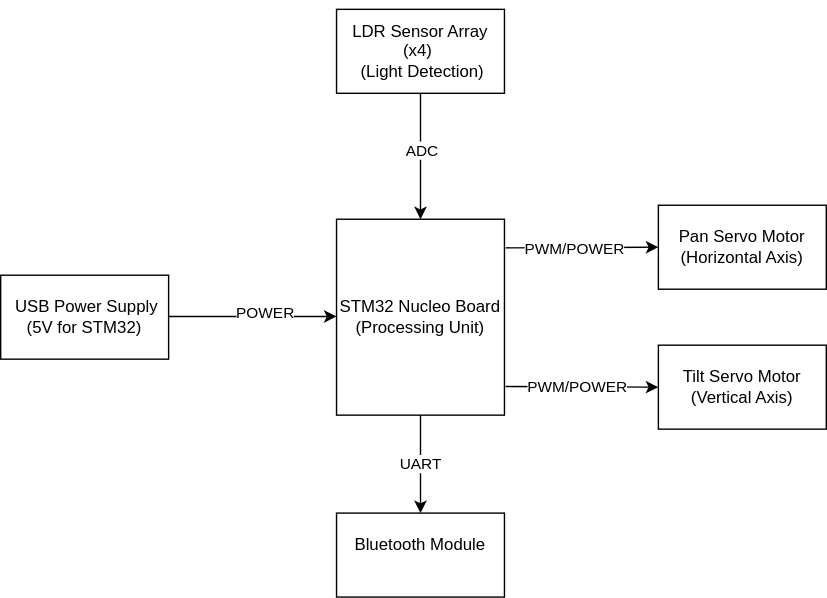
Above: website/versioned_docs/version-acs_cc/project/2026/radu_andrei.marcea/Diagrama.svg in UPB-PMRust/website (draw.io), before the change. Source tidied: cells renumbered, new cells last; positions are measured from the earlier drawing's top-left corner, leaving out a move shared by most shapes. The source it was exported from:
```xml
<mxGraphModel>
  <root>
    <mxCell id="0" />
    <mxCell id="1" parent="0" />
    <mxCell id="2" value="&lt;br&gt;LDR Sensor Array (x4)&amp;nbsp;&lt;br&gt;&amp;nbsp;(Light Detection)&lt;div&gt;&lt;br/&gt;&lt;/div&gt;" style="rounded=0;whiteSpace=wrap;html=1;" parent="1" vertex="1">
      <mxGeometry x="240" width="120" height="60" as="geometry" />
    </mxCell>
    <mxCell id="3" style="endArrow=classic;html=1;rounded=0;exitX=0.5;exitY=1;exitDx=0;exitDy=0;" parent="1" edge="1" source="2">
      <mxGeometry relative="1" as="geometry">
        <mxPoint x="300" y="150" as="targetPoint" />
        <Array as="points">
          <mxPoint x="300" y="150" />
        </Array>
      </mxGeometry>
    </mxCell>
    <mxCell id="4" value="ADC" style="edgeLabel;html=1;align=center;verticalAlign=middle;" parent="3" vertex="1">
      <mxGeometry x="-0.11" relative="1" as="geometry" />
    </mxCell>
    <mxCell id="5" value="STM32 Nucleo Board&lt;div&gt;(Processing Unit)&lt;/div&gt;" style="rounded=0;whiteSpace=wrap;html=1;" parent="1" vertex="1">
      <mxGeometry x="240" y="150" width="120" height="140" as="geometry" />
    </mxCell>
    <mxCell id="6" value="UART" style="endArrow=classic;html=1;rounded=0;entryX=0.5;entryY=0;entryDx=0;entryDy=0;" parent="1" edge="1">
      <mxGeometry relative="1" as="geometry">
        <mxPoint x="300" y="290" as="sourcePoint" />
        <mxPoint x="300" y="360" as="targetPoint" />
      </mxGeometry>
    </mxCell>
    <mxCell id="7" style="endArrow=classic;html=1;rounded=0;" parent="1" edge="1">
      <mxGeometry relative="1" as="geometry">
        <mxPoint x="120" y="219.5" as="sourcePoint" />
        <mxPoint x="240" y="219.5" as="targetPoint" />
      </mxGeometry>
    </mxCell>
    <mxCell id="8" value="POWER" style="edgeLabel;html=1;align=center;verticalAlign=middle;" parent="7" vertex="1">
      <mxGeometry x="0.13" y="3" relative="1" as="geometry" />
    </mxCell>
    <mxCell id="9" value="&amp;nbsp;USB Power Supply&lt;div&gt;(5V for STM32)&lt;/div&gt;" style="rounded=0;whiteSpace=wrap;html=1;" parent="1" vertex="1">
      <mxGeometry y="190" width="120" height="60" as="geometry" />
    </mxCell>
    <mxCell id="10" style="endArrow=classic;html=1;rounded=0;exitX=1.007;exitY=0.146;exitDx=0;exitDy=0;exitPerimeter=0;" parent="1" edge="1" source="5">
      <mxGeometry relative="1" as="geometry">
        <mxPoint x="470" y="170" as="targetPoint" />
      </mxGeometry>
    </mxCell>
    <mxCell id="11" value="PWM/POWER" style="edgeLabel;html=1;align=center;verticalAlign=middle;" parent="10" vertex="1">
      <mxGeometry x="-0.1" relative="1" as="geometry" />
    </mxCell>
    <mxCell id="12" style="endArrow=classic;html=1;rounded=0;exitX=1.007;exitY=0.854;exitDx=0;exitDy=0;exitPerimeter=0;" parent="1" edge="1" source="5">
      <mxGeometry relative="1" as="geometry">
        <mxPoint x="470" y="270" as="targetPoint" />
      </mxGeometry>
    </mxCell>
    <mxCell id="13" value="PWM/POWER" style="edgeLabel;html=1;align=center;verticalAlign=middle;" parent="12" vertex="1">
      <mxGeometry x="-0.06" relative="1" as="geometry" />
    </mxCell>
    <mxCell id="14" value="Pan Servo Motor&lt;div&gt;(Horizontal Axis)&lt;/div&gt;" style="rounded=0;whiteSpace=wrap;html=1;" parent="1" vertex="1">
      <mxGeometry x="470" y="140" width="120" height="60" as="geometry" />
    </mxCell>
    <mxCell id="15" value="Tilt Servo Motor&lt;div&gt;(Vertical Axis)&lt;/div&gt;" style="rounded=0;whiteSpace=wrap;html=1;" parent="1" vertex="1">
      <mxGeometry x="470" y="240" width="120" height="60" as="geometry" />
    </mxCell>
    <mxCell id="16" value="&#10;Bluetooth Module&#10;&#10;" style="rounded=0;whiteSpace=wrap;html=1;" parent="1" vertex="1">
      <mxGeometry x="240" y="360" width="120" height="60" as="geometry" />
    </mxCell>
  </root>
</mxGraphModel>
```
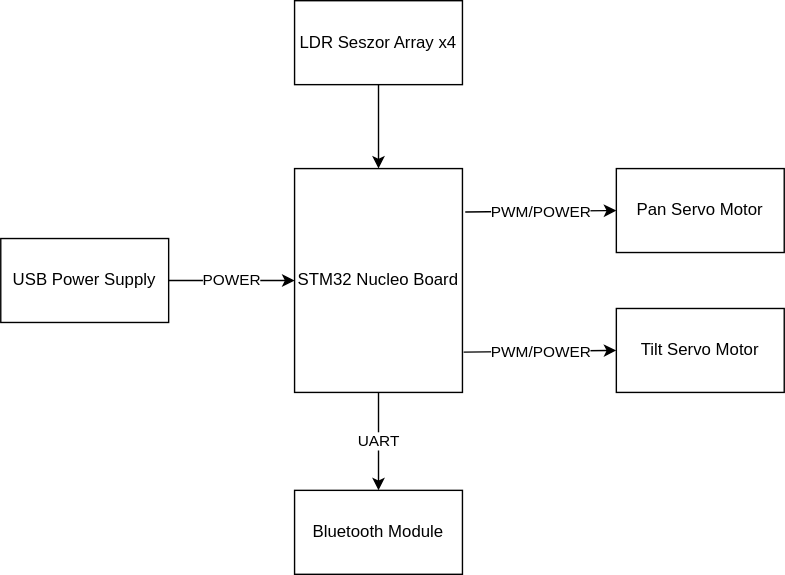
Later version of the same file.

Change to the diagram source:
```diff
@@ -2,65 +2,40 @@
   <root>
     <mxCell id="0" />
     <mxCell id="1" parent="0" />
-    <mxCell id="2" value="&lt;br&gt;LDR Sensor Array (x4)&amp;nbsp;&lt;br&gt;&amp;nbsp;(Light Detection)&lt;div&gt;&lt;br/&gt;&lt;/div&gt;" style="rounded=0;whiteSpace=wrap;html=1;" parent="1" vertex="1">
-      <mxGeometry x="240" width="120" height="60" as="geometry" />
-    </mxCell>
-    <mxCell id="3" style="endArrow=classic;html=1;rounded=0;exitX=0.5;exitY=1;exitDx=0;exitDy=0;" parent="1" edge="1" source="2">
-      <mxGeometry relative="1" as="geometry">
-        <mxPoint x="300" y="150" as="targetPoint" />
-        <Array as="points">
-          <mxPoint x="300" y="150" />
-        </Array>
-      </mxGeometry>
-    </mxCell>
-    <mxCell id="4" value="ADC" style="edgeLabel;html=1;align=center;verticalAlign=middle;" parent="3" vertex="1">
-      <mxGeometry x="-0.11" relative="1" as="geometry" />
-    </mxCell>
-    <mxCell id="5" value="STM32 Nucleo Board&lt;div&gt;(Processing Unit)&lt;/div&gt;" style="rounded=0;whiteSpace=wrap;html=1;" parent="1" vertex="1">
-      <mxGeometry x="240" y="150" width="120" height="140" as="geometry" />
-    </mxCell>
+    <mxCell id="17" value="STM32 Nucleo Board" style="rounded=0;whiteSpace=wrap;html=1;" parent="1" vertex="1">
+      <mxGeometry x="240" y="130" width="120" height="160" as="geometry" />
+    </mxCell>
+    <mxCell id="18" value="LDR Seszor Array x4" style="rounded=0;whiteSpace=wrap;html=1;" parent="1" vertex="1">
+      <mxGeometry x="240" y="10" width="120" height="60" as="geometry" />
+    </mxCell>
+    <mxCell id="19" value="Pan Servo Motor" style="rounded=0;whiteSpace=wrap;html=1;" parent="1" vertex="1">
+      <mxGeometry x="470" y="130" width="120" height="60" as="geometry" />
+    </mxCell>
+    <mxCell id="20" value="Tilt Servo Motor" style="rounded=0;whiteSpace=wrap;html=1;" parent="1" vertex="1">
+      <mxGeometry x="470" y="230" width="120" height="60" as="geometry" />
+    </mxCell>
+    <mxCell id="16" value="Bluetooth Module" style="rounded=0;whiteSpace=wrap;html=1;" parent="1" vertex="1">
+      <mxGeometry x="240" y="360" width="120" height="60" as="geometry" />
+    </mxCell>
+    <mxCell id="21" value="USB Power Supply" style="rounded=0;whiteSpace=wrap;html=1;" parent="1" vertex="1">
+      <mxGeometry x="30" y="180" width="120" height="60" as="geometry" />
+    </mxCell>
+    <mxCell id="8" value="POWER" style="endArrow=classic;html=1;rounded=0;exitX=1;exitY=0.5;exitDx=0;exitDy=0;entryX=0;entryY=0.5;entryDx=0;entryDy=0;" parent="1" edge="1" source="21" target="17">
+      <mxGeometry relative="1" as="geometry" />
+    </mxCell>
+    <mxCell id="22" value="PWM/POWER" style="endArrow=classic;html=1;rounded=0;entryX=0;entryY=0.5;entryDx=0;entryDy=0;" parent="1" edge="1" target="19">
+      <mxGeometry relative="1" as="geometry">
+        <mxPoint x="362" y="161" as="sourcePoint" />
+      </mxGeometry>
+    </mxCell>
+    <mxCell id="23" value="PWM/POWER" style="endArrow=classic;html=1;rounded=0;entryX=0;entryY=0.5;entryDx=0;entryDy=0;exitX=1.007;exitY=0.82;exitDx=0;exitDy=0;exitPerimeter=0;" parent="1" edge="1" source="17" target="20">
+      <mxGeometry relative="1" as="geometry" />
+    </mxCell>
-    <mxCell id="6" value="UART" style="endArrow=classic;html=1;rounded=0;entryX=0.5;entryY=0;entryDx=0;entryDy=0;" parent="1" edge="1">
-      <mxGeometry relative="1" as="geometry">
-        <mxPoint x="300" y="290" as="sourcePoint" />
-        <mxPoint x="300" y="360" as="targetPoint" />
-      </mxGeometry>
+    <mxCell id="6" value="UART" style="endArrow=classic;html=1;rounded=0;exitX=0.5;exitY=1;exitDx=0;exitDy=0;entryX=0.5;entryY=0;entryDx=0;entryDy=0;" parent="1" edge="1" source="17" target="16">
+      <mxGeometry relative="1" as="geometry" />
     </mxCell>
-    <mxCell id="7" style="endArrow=classic;html=1;rounded=0;" parent="1" edge="1">
-      <mxGeometry relative="1" as="geometry">
-        <mxPoint x="120" y="219.5" as="sourcePoint" />
-        <mxPoint x="240" y="219.5" as="targetPoint" />
-      </mxGeometry>
-    </mxCell>
-    <mxCell id="8" value="POWER" style="edgeLabel;html=1;align=center;verticalAlign=middle;" parent="7" vertex="1">
-      <mxGeometry x="0.13" y="3" relative="1" as="geometry" />
-    </mxCell>
-    <mxCell id="9" value="&amp;nbsp;USB Power Supply&lt;div&gt;(5V for STM32)&lt;/div&gt;" style="rounded=0;whiteSpace=wrap;html=1;" parent="1" vertex="1">
-      <mxGeometry y="190" width="120" height="60" as="geometry" />
-    </mxCell>
-    <mxCell id="10" style="endArrow=classic;html=1;rounded=0;exitX=1.007;exitY=0.146;exitDx=0;exitDy=0;exitPerimeter=0;" parent="1" edge="1" source="5">
-      <mxGeometry relative="1" as="geometry">
-        <mxPoint x="470" y="170" as="targetPoint" />
-      </mxGeometry>
-    </mxCell>
-    <mxCell id="11" value="PWM/POWER" style="edgeLabel;html=1;align=center;verticalAlign=middle;" parent="10" vertex="1">
-      <mxGeometry x="-0.1" relative="1" as="geometry" />
-    </mxCell>
-    <mxCell id="12" style="endArrow=classic;html=1;rounded=0;exitX=1.007;exitY=0.854;exitDx=0;exitDy=0;exitPerimeter=0;" parent="1" edge="1" source="5">
-      <mxGeometry relative="1" as="geometry">
-        <mxPoint x="470" y="270" as="targetPoint" />
-      </mxGeometry>
-    </mxCell>
-    <mxCell id="13" value="PWM/POWER" style="edgeLabel;html=1;align=center;verticalAlign=middle;" parent="12" vertex="1">
-      <mxGeometry x="-0.06" relative="1" as="geometry" />
-    </mxCell>
-    <mxCell id="14" value="Pan Servo Motor&lt;div&gt;(Horizontal Axis)&lt;/div&gt;" style="rounded=0;whiteSpace=wrap;html=1;" parent="1" vertex="1">
-      <mxGeometry x="470" y="140" width="120" height="60" as="geometry" />
-    </mxCell>
-    <mxCell id="15" value="Tilt Servo Motor&lt;div&gt;(Vertical Axis)&lt;/div&gt;" style="rounded=0;whiteSpace=wrap;html=1;" parent="1" vertex="1">
-      <mxGeometry x="470" y="240" width="120" height="60" as="geometry" />
-    </mxCell>
-    <mxCell id="16" value="&#10;Bluetooth Module&#10;&#10;" style="rounded=0;whiteSpace=wrap;html=1;" parent="1" vertex="1">
-      <mxGeometry x="240" y="360" width="120" height="60" as="geometry" />
-    </mxCell>
+    <mxCell id="24" style="endArrow=classic;html=1;rounded=0;exitX=0.5;exitY=1;exitDx=0;exitDy=0;entryX=0.5;entryY=0;entryDx=0;entryDy=0;" parent="1" edge="1" source="18" target="17">
+      <mxGeometry relative="1" as="geometry" />
+    </mxCell>
   </root>
 </mxGraphModel>
```
